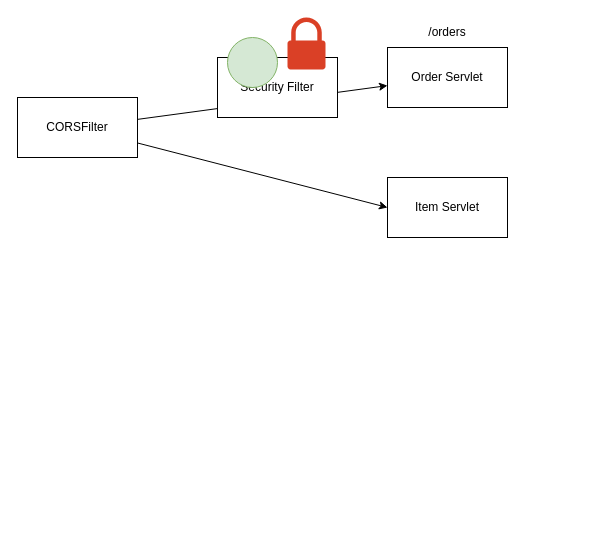
The draw.io diagram page "Misc" (2 of 2) of amazon-clone-api.drawio in Direct-Entry-Program-7/amazon-clone-api, before the edit. Source tidied: cells renumbered, new cells numbered last; positions are measured from the earlier drawing's top-left corner, leaving out a move shared by most shapes. Both pictures are drawn from the tidied source at 100%, with x=0, y=0 at pixel (17, 17).
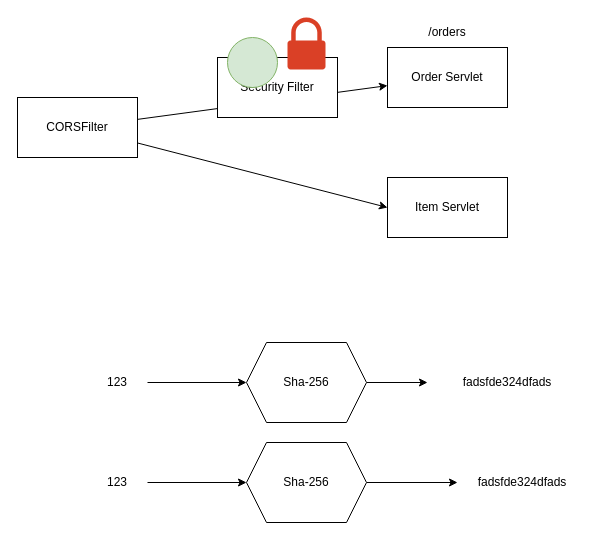
The same page after the edit.

The edit, as a diff of the source:
```diff
@@
+    <mxCell id="11" style="edgeStyle=none;rounded=0;jettySize=auto;html=1;fontFamily=Ubuntu;" parent="1" edge="1" source="12" target="14">
+      <mxGeometry relative="1" as="geometry" />
+    </mxCell>
+    <mxCell id="12" value="123" style="text;html=1;strokeColor=none;fillColor=none;align=center;verticalAlign=middle;whiteSpace=wrap;rounded=0;fontFamily=Ubuntu;" parent="1" vertex="1">
+      <mxGeometry x="70" y="350" width="60" height="30" as="geometry" />
+    </mxCell>
+    <mxCell id="13" style="edgeStyle=none;rounded=0;jettySize=auto;html=1;fontFamily=Ubuntu;" parent="1" edge="1" source="14" target="15">
+      <mxGeometry relative="1" as="geometry" />
+    </mxCell>
+    <mxCell id="14" value="Sha-256" style="shape=hexagon;perimeter=hexagonPerimeter2;whiteSpace=wrap;html=1;fixedSize=1;fontFamily=Ubuntu;" parent="1" vertex="1">
+      <mxGeometry x="229" y="325" width="120" height="80" as="geometry" />
+    </mxCell>
+    <mxCell id="15" value="fadsfde324dfads" style="text;html=1;strokeColor=none;fillColor=none;align=center;verticalAlign=middle;whiteSpace=wrap;rounded=0;fontFamily=Ubuntu;" parent="1" vertex="1">
+      <mxGeometry x="410" y="350" width="160" height="30" as="geometry" />
+    </mxCell>
+    <mxCell id="16" style="edgeStyle=none;rounded=0;jettySize=auto;html=1;fontFamily=Ubuntu;" parent="1" edge="1" source="17" target="19">
+      <mxGeometry relative="1" as="geometry" />
+    </mxCell>
+    <mxCell id="17" value="123" style="text;html=1;strokeColor=none;fillColor=none;align=center;verticalAlign=middle;whiteSpace=wrap;rounded=0;fontFamily=Ubuntu;" parent="1" vertex="1">
+      <mxGeometry x="70" y="450" width="60" height="30" as="geometry" />
+    </mxCell>
+    <mxCell id="18" style="edgeStyle=none;rounded=0;jettySize=auto;html=1;fontFamily=Ubuntu;" parent="1" edge="1" source="19" target="20">
+      <mxGeometry relative="1" as="geometry" />
+    </mxCell>
+    <mxCell id="19" value="Sha-256" style="shape=hexagon;perimeter=hexagonPerimeter2;whiteSpace=wrap;html=1;fixedSize=1;fontFamily=Ubuntu;" parent="1" vertex="1">
+      <mxGeometry x="229" y="425" width="120" height="80" as="geometry" />
+    </mxCell>
+    <mxCell id="20" value="fadsfde324dfads" style="text;html=1;strokeColor=none;fillColor=none;align=center;verticalAlign=middle;whiteSpace=wrap;rounded=0;fontFamily=Ubuntu;" parent="1" vertex="1">
+      <mxGeometry x="440" y="450" width="130" height="30" as="geometry" />
+    </mxCell>
```
